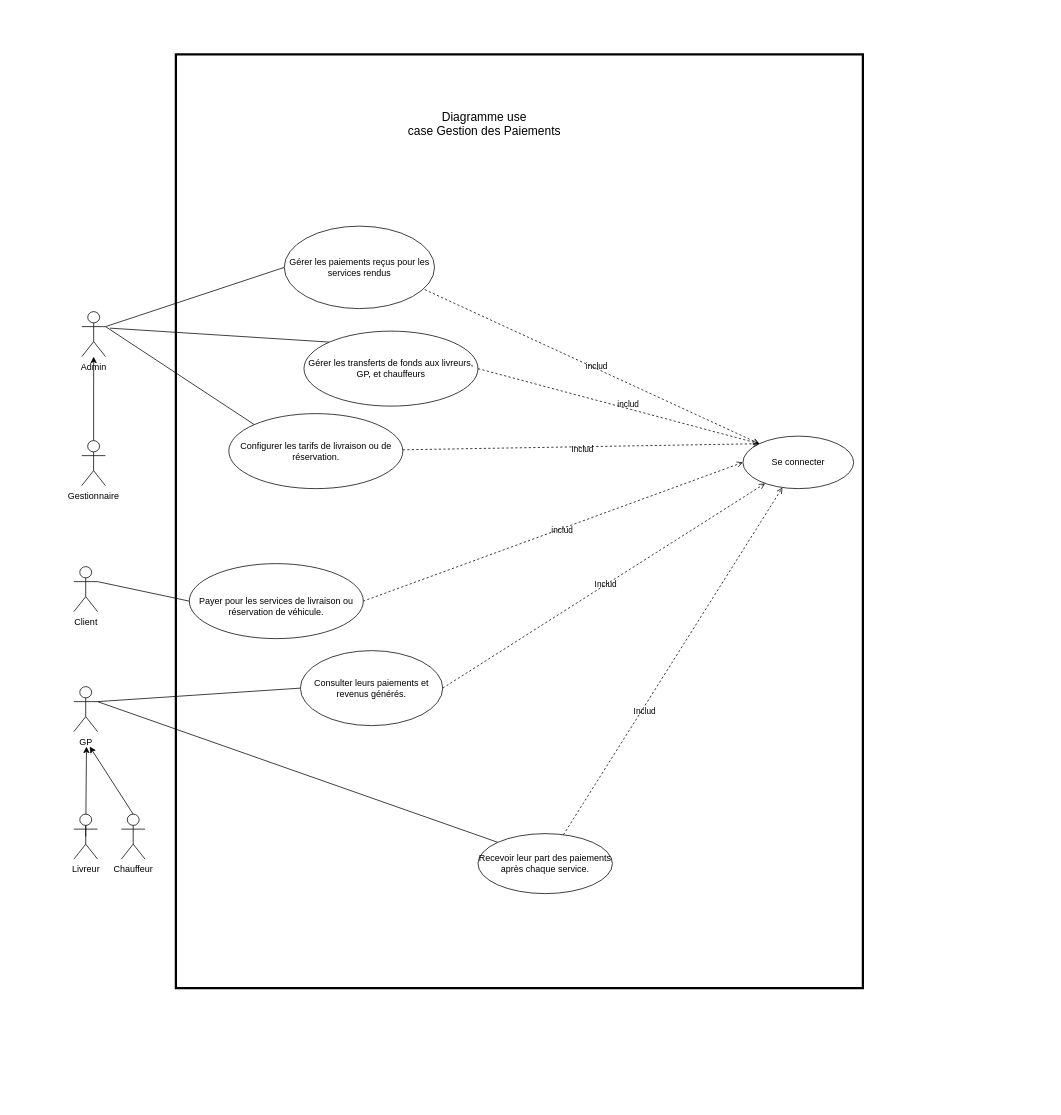
Before: page "Diagramme use case Gestion des Paiements" (5 of 6) of Diagramme sans nom.drawio in BounAbdallah/tuto, a draw.io diagram. Source tidied: cells renumbered, new cells numbered last; positions are measured from the earlier drawing's top-left corner, leaving out a move shared by most shapes. Both pictures are drawn from the tidied source at 75%, with x=0, y=0 at pixel (13, 13).
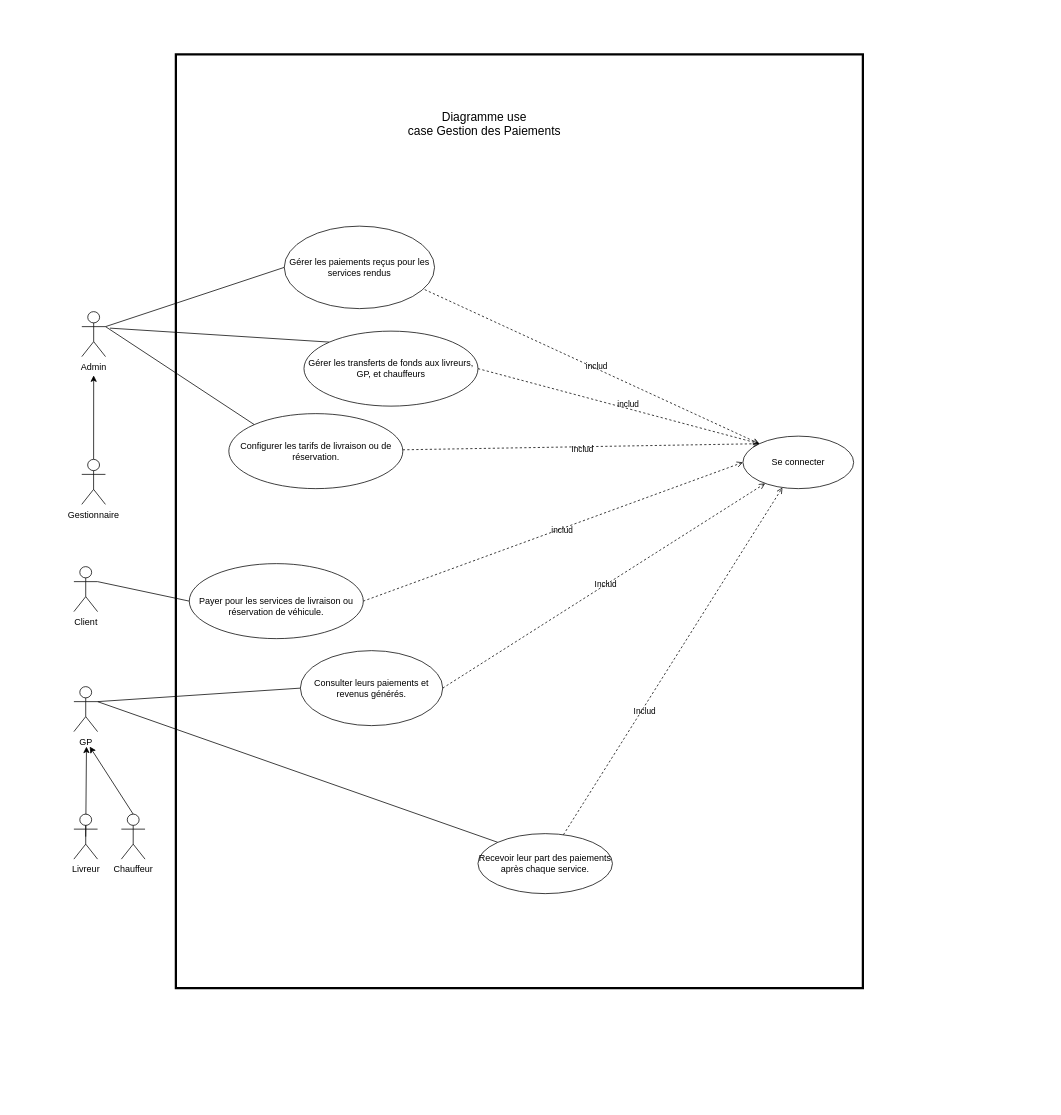
Above is the later version.

The change refers to these unchanged cells:
```xml
<mxCell id="2" style="group;" parent="1" vertex="1">
  <mxGeometry width="1380" height="1453" as="geometry" />
</mxCell>
<mxCell id="14" value="Admin" style="shape=umlActor;html=1;verticalLabelPosition=bottom;verticalAlign=top;align=center;" parent="2" vertex="1">
  <mxGeometry x="91.6" y="398" width="31.6" height="60" as="geometry" />
</mxCell>
```

The edit, as a diff of the source:
```diff
@@
-    <mxCell id="16" style="rounded=0;jettySize=auto;html=1;" parent="2" edge="1" source="17" target="14">
-      <mxGeometry relative="1" as="geometry" />
+    <mxCell id="16" style="rounded=0;jettySize=auto;html=1;" parent="2" edge="1" source="17">
+      <mxGeometry relative="1" as="geometry">
+        <mxPoint x="107.4" y="483" as="targetPoint" />
+      </mxGeometry>
     </mxCell>
     <mxCell id="17" value="Gestionnaire" style="shape=umlActor;html=1;verticalLabelPosition=bottom;verticalAlign=top;align=center;" parent="2" vertex="1">
-      <mxGeometry x="91.5" y="570" width="31.6" height="60" as="geometry" />
+      <mxGeometry x="91.5" y="595" width="31.6" height="60" as="geometry" />
     </mxCell>
```
